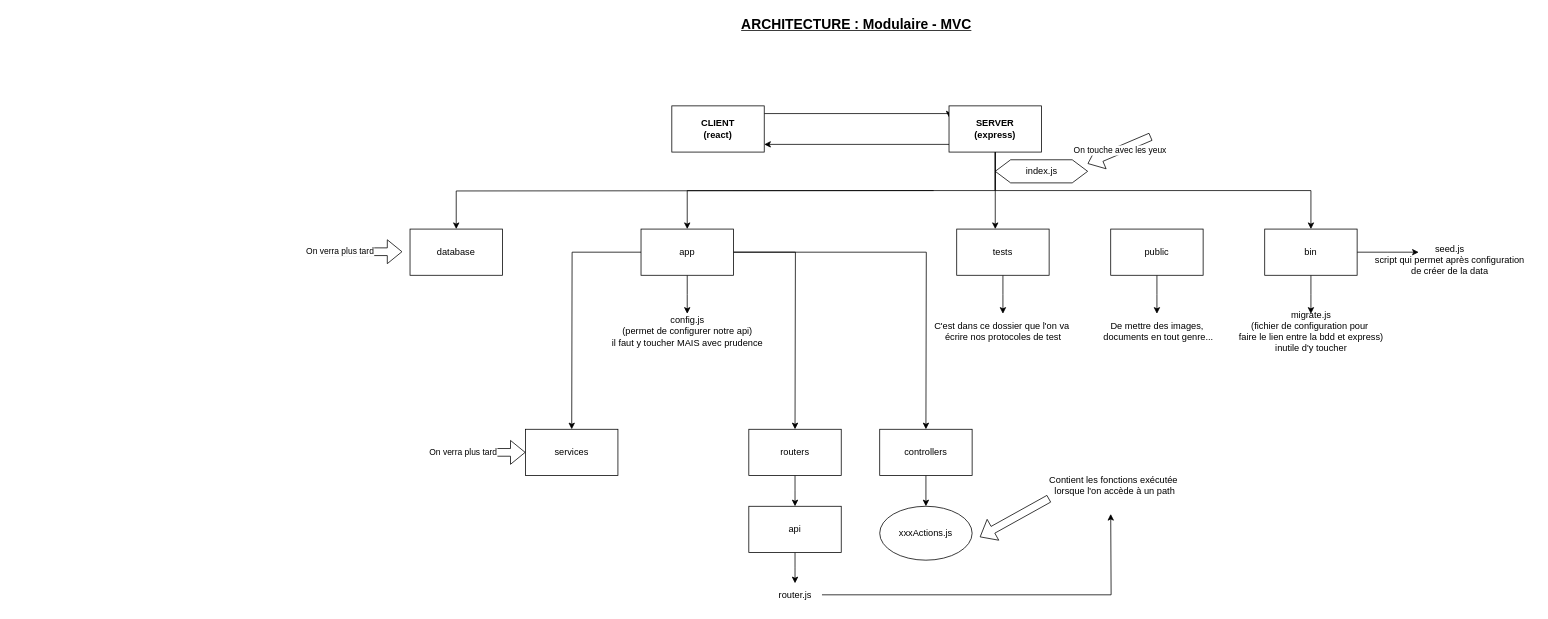
Above: page "architecture" (1 of 4) of server/public/schemas/architecture.drawio in kpeset/guitareshop (draw.io), before the change. Source tidied: cells renumbered, new cells numbered last; positions are measured from the earlier drawing's top-left corner, leaving out a move shared by most shapes. Both pictures are drawn from the tidied source at 77%, with x=0, y=0 at pixel (317, 13).
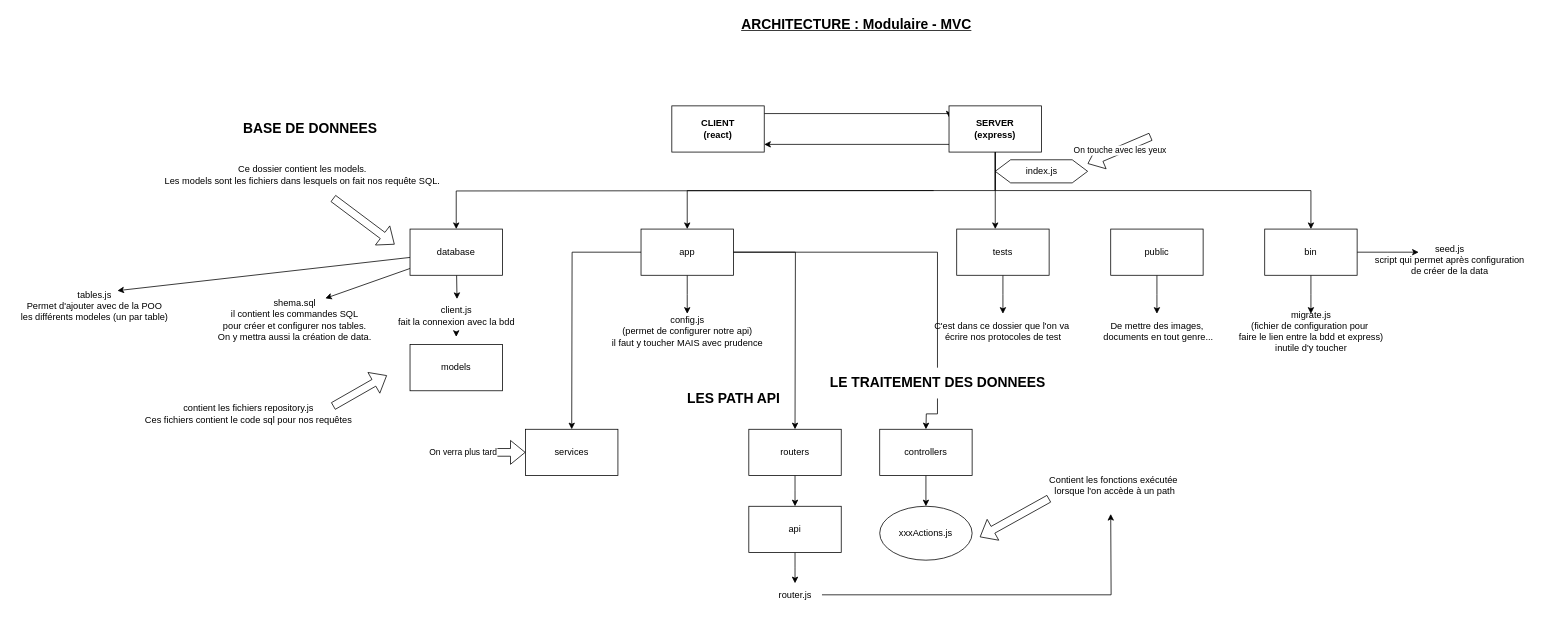
Above is the later version.

Commit message (it also covers changes not shown here):
Création des requêtes SQL et fonctions liées aux routes

The change refers to these unchanged cells:
```xml
<mxCell id="29" value="app" style="rounded=0;whiteSpace=wrap;html=1;" parent="1" vertex="1">
  <mxGeometry x="420" y="280" width="120" height="60" as="geometry" />
</mxCell>
<mxCell id="46" value="database" style="whiteSpace=wrap;html=1;" parent="1" vertex="1">
  <mxGeometry x="120" y="280" width="120" height="60" as="geometry" />
</mxCell>
```

The edit, as a diff of the source:
```diff
@@
-    <mxCell id="28" style="edgeStyle=orthogonalEdgeStyle;rounded=0;jettySize=auto;html=1;" parent="1" edge="1" source="29">
+    <mxCell id="28" style="edgeStyle=orthogonalEdgeStyle;rounded=0;jettySize=auto;html=1;startArrow=none;" parent="1" edge="1" source="62">
       <mxGeometry relative="1" as="geometry">
         <mxPoint x="790" y="540" as="targetPoint" />
       </mxGeometry>
     </mxCell>
@@
+    <mxCell id="49" style="edgeStyle=none;html=1;entryX=0.506;entryY=-0.055;entryDx=0;entryDy=0;entryPerimeter=0;" parent="1" edge="1" source="46" target="54">
+      <mxGeometry relative="1" as="geometry" />
+    </mxCell>
+    <mxCell id="50" style="edgeStyle=none;html=1;" parent="1" edge="1" source="46">
+      <mxGeometry relative="1" as="geometry">
+        <mxPoint x="10" y="370" as="targetPoint" />
+      </mxGeometry>
+    </mxCell>
+    <mxCell id="51" style="edgeStyle=none;html=1;" parent="1" edge="1" source="46">
+      <mxGeometry relative="1" as="geometry">
+        <mxPoint x="-260" y="360" as="targetPoint" />
+      </mxGeometry>
+    </mxCell>
@@
-    <mxCell id="47" style="shape=flexArrow;endArrow=classic;html=1;rounded=0;entryX=0;entryY=0.5;entryDx=0;entryDy=0;" parent="1" edge="1">
-      <mxGeometry relative="1" as="geometry">
-        <mxPoint y="309.4" as="sourcePoint" />
-        <mxPoint x="110" y="309.4" as="targetPoint" />
-      </mxGeometry>
-    </mxCell>
-    <mxCell id="48" value="On verra plus tard" style="edgeLabel;html=1;align=center;verticalAlign=middle;" parent="47" vertex="1">
-      <mxGeometry x="-0.49" y="1" relative="1" as="geometry" />
+    <mxCell id="48" value="Ce dossier contient les models.&lt;br&gt;Les models sont les fichiers dans lesquels on fait nos requête SQL." style="text;html=1;align=center;verticalAlign=middle;strokeColor=none;fillColor=none;" parent="1" vertex="1">
+      <mxGeometry x="-210" y="190" width="380" height="40" as="geometry" />
     </mxCell>
+    <mxCell id="52" style="shape=flexArrow;endArrow=classic;html=1;" parent="1" edge="1">
+      <mxGeometry relative="1" as="geometry">
+        <mxPoint x="20" y="240" as="sourcePoint" />
+        <mxPoint x="100" y="300" as="targetPoint" />
+      </mxGeometry>
+    </mxCell>
+    <mxCell id="53" style="edgeStyle=none;html=1;" parent="1" edge="1" source="54">
+      <mxGeometry relative="1" as="geometry">
+        <mxPoint x="180" y="420" as="targetPoint" />
+      </mxGeometry>
+    </mxCell>
+    <mxCell id="54" value="client.js&lt;br&gt;fait la connexion avec la bdd" style="text;html=1;align=center;verticalAlign=middle;points=[];strokeColor=none;fillColor=none;" parent="1" vertex="1">
+      <mxGeometry x="95" y="373" width="170" height="40" as="geometry" />
+    </mxCell>
+    <mxCell id="55" value="shema.sql&lt;br&gt;il contient les commandes SQL&lt;br&gt;pour créer et configurer nos tables.&lt;br&gt;On y mettra aussi la création de data." style="text;html=1;align=center;verticalAlign=middle;strokeColor=none;fillColor=none;" parent="1" vertex="1">
+      <mxGeometry x="-140" y="363" width="220" height="70" as="geometry" />
+    </mxCell>
+    <mxCell id="56" value="tables.js&lt;br&gt;Permet d'ajouter avec de la POO&lt;br&gt;les différents modeles (un par table)" style="text;html=1;align=center;verticalAlign=middle;strokeColor=none;fillColor=none;" parent="1" vertex="1">
+      <mxGeometry x="-395" y="350" width="210" height="60" as="geometry" />
+    </mxCell>
+    <mxCell id="57" value="models" style="rounded=0;whiteSpace=wrap;html=1;" parent="1" vertex="1">
+      <mxGeometry x="120" y="430" width="120" height="60" as="geometry" />
+    </mxCell>
+    <mxCell id="58" style="shape=flexArrow;endArrow=classic;html=1;" parent="1" edge="1">
+      <mxGeometry relative="1" as="geometry">
+        <mxPoint x="20" y="510" as="sourcePoint" />
+        <mxPoint x="90" y="470" as="targetPoint" />
+      </mxGeometry>
+    </mxCell>
+    <mxCell id="59" value="contient les fichiers repository.js&lt;br&gt;Ces fichiers contient le code sql pour nos requêtes" style="text;html=1;align=center;verticalAlign=middle;strokeColor=none;fillColor=none;" parent="1" vertex="1">
+      <mxGeometry x="-235" y="500" width="290" height="40" as="geometry" />
+    </mxCell>
+    <mxCell id="60" value="BASE DE DONNEES" style="text;html=1;align=center;verticalAlign=middle;strokeColor=none;fillColor=none;fontStyle=1;fontSize=18;" parent="1" vertex="1">
+      <mxGeometry x="-110" y="130" width="200" height="40" as="geometry" />
+    </mxCell>
+    <mxCell id="61" style="edgeStyle=orthogonalEdgeStyle;rounded=0;jettySize=auto;html=1;endArrow=none;" parent="1" edge="1" source="29" target="62">
+      <mxGeometry relative="1" as="geometry" />
+    </mxCell>
+    <mxCell id="62" value="LE TRAITEMENT DES DONNEES" style="text;html=1;align=center;verticalAlign=middle;points=[];strokeColor=none;fillColor=none;fontSize=18;fontStyle=1;" parent="1" vertex="1">
+      <mxGeometry x="655" y="460" width="300" height="40" as="geometry" />
+    </mxCell>
+    <mxCell id="63" value="LES PATH API" style="text;html=1;align=center;verticalAlign=middle;strokeColor=none;fillColor=none;fontSize=18;fontStyle=1;" parent="1" vertex="1">
+      <mxGeometry x="470" y="480" width="140" height="40" as="geometry" />
+    </mxCell>
```
